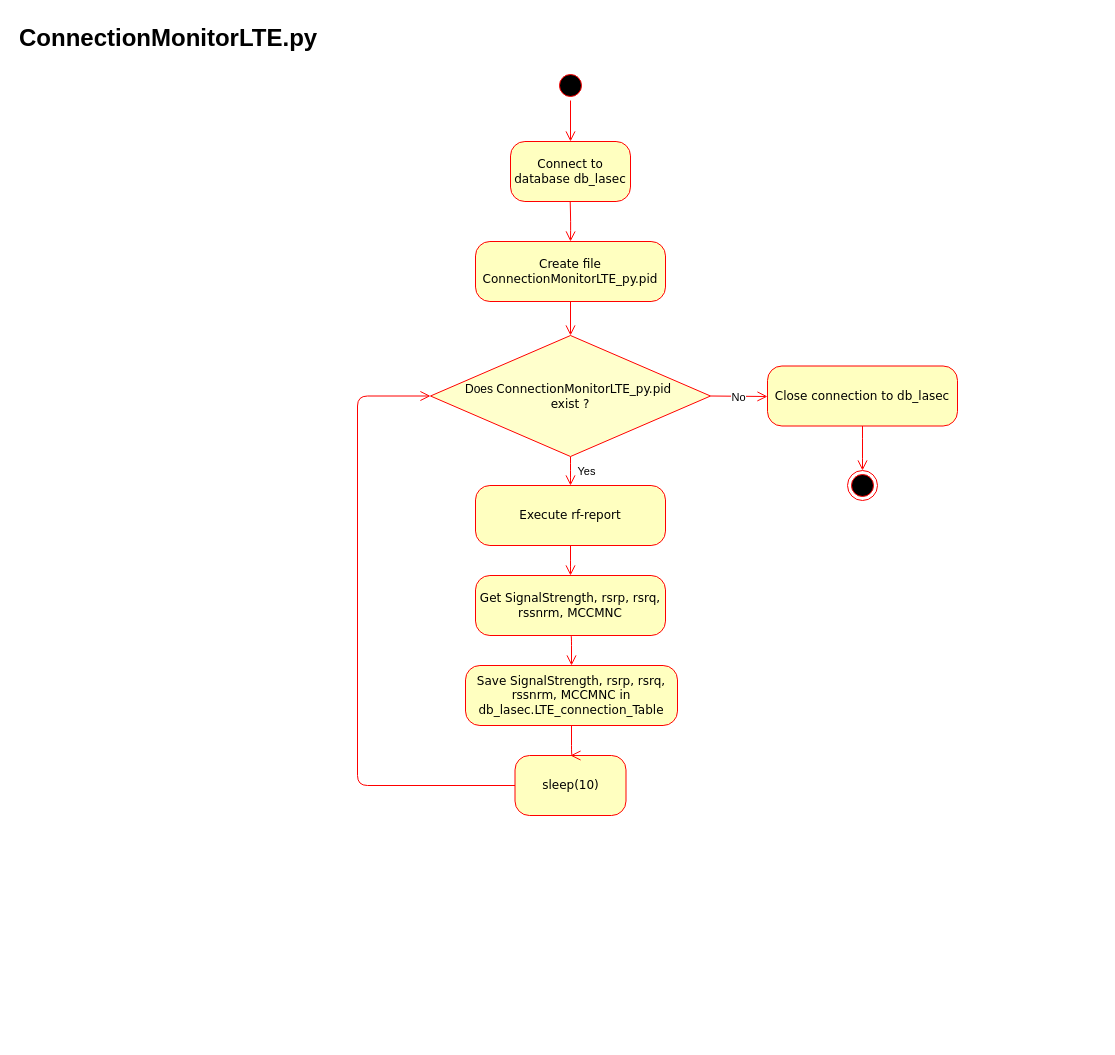
Before: Modules/Connection_Monitor_LTE.drawio in CesarRodriguez14/Tag_Vehiculo_4_0_Diagramas, a draw.io diagram. Source tidied: cells renumbered, new cells numbered last; positions are measured from the earlier drawing's top-left corner, leaving out a move shared by most shapes. Both pictures are drawn from the tidied source at 100%, with x=0, y=0 at pixel (17, 17).
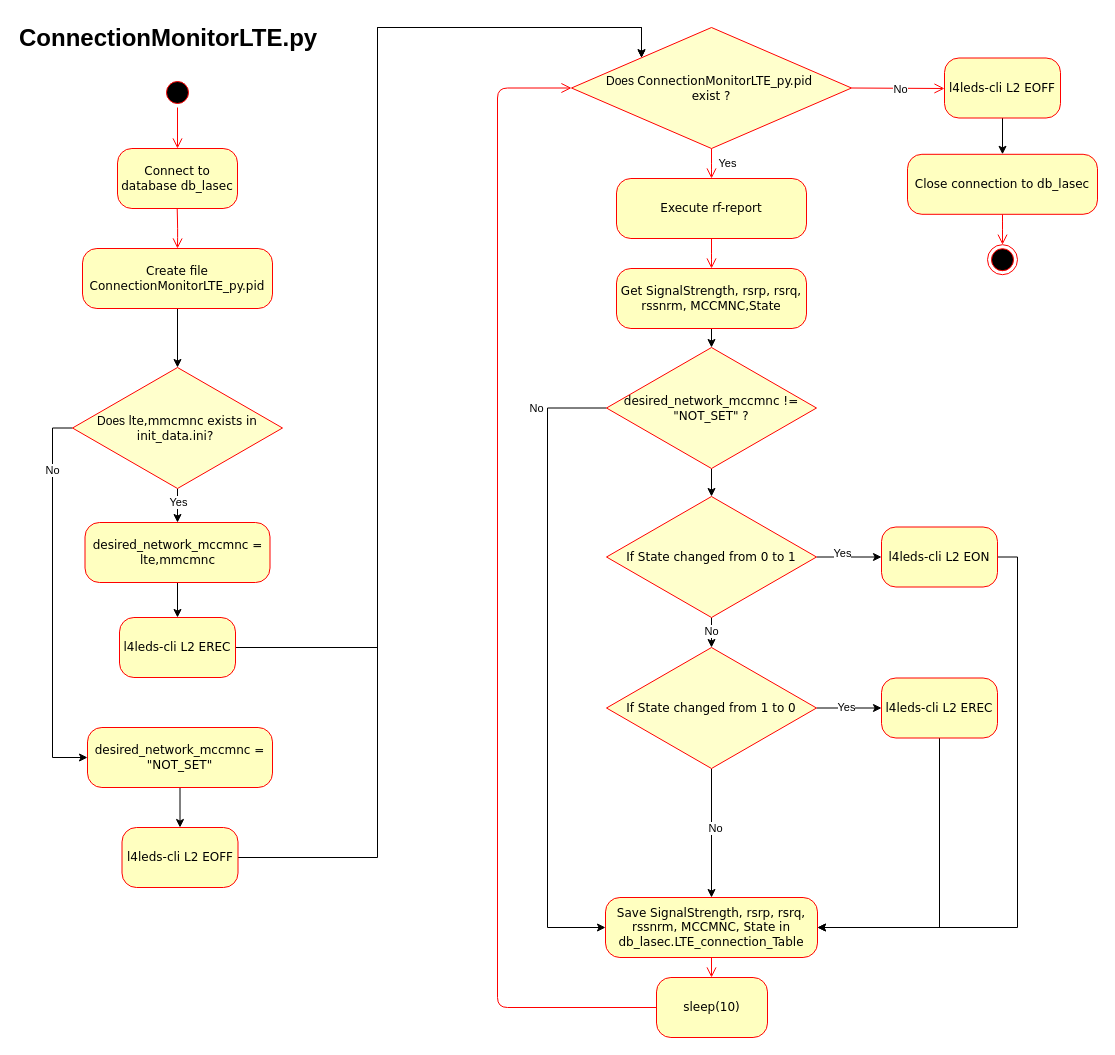
After the change.

What changed in the source:
```diff
@@
     <mxCell id="2" style="ellipse;html=1;shape=startState;fillColor=#000000;strokeColor=#ff0000;rounded=1;shadow=0;comic=0;labelBackgroundColor=none;fontFamily=Verdana;fontSize=12;fontColor=#000000;align=center;direction=south;" parent="1" vertex="1">
-      <mxGeometry x="538" y="53" width="30" height="30" as="geometry" />
+      <mxGeometry x="145" y="60" width="30" height="30" as="geometry" />
     </mxCell>
     <mxCell id="3" value="Connect to database db_lasec" style="rounded=1;whiteSpace=wrap;html=1;arcSize=24;fillColor=#ffffc0;strokeColor=#FF0000;shadow=0;comic=0;labelBackgroundColor=none;fontFamily=Verdana;fontSize=12;fontColor=#000000;align=center;" parent="1" vertex="1">
-      <mxGeometry x="493" y="124" width="120" height="60" as="geometry" />
+      <mxGeometry x="100" y="131" width="120" height="60" as="geometry" />
     </mxCell>
@@
     <mxCell id="5" style="edgeStyle=elbowEdgeStyle;html=1;labelBackgroundColor=none;endArrow=open;endSize=8;strokeColor=#ff0000;fontFamily=Verdana;fontSize=12;align=left;entryX=0;entryY=0.5;exitX=0;exitY=0.5;exitDx=0;exitDy=0;entryDx=0;entryDy=0;" parent="1" edge="1" source="19" target="12">
       <mxGeometry relative="1" as="geometry">
         <Array as="points">
-          <mxPoint x="340" y="453" />
+          <mxPoint x="480" y="315" />
         </Array>
       </mxGeometry>
     </mxCell>
@@
     <mxCell id="8" style="ellipse;html=1;shape=endState;fillColor=#000000;strokeColor=#ff0000;rounded=1;shadow=0;comic=0;labelBackgroundColor=none;fontFamily=Verdana;fontSize=12;fontColor=#000000;align=center;" parent="1" vertex="1">
-      <mxGeometry x="830" y="453" width="30" height="30" as="geometry" />
+      <mxGeometry x="970" y="227.2" width="30" height="30" as="geometry" />
     </mxCell>
@@
+    <mxCell id="25" style="edgeStyle=orthogonalEdgeStyle;rounded=0;jettySize=auto;html=1;exitX=0.5;exitY=1;exitDx=0;exitDy=0;entryX=0.5;entryY=0;entryDx=0;entryDy=0;" parent="1" edge="1" source="10" target="31">
+      <mxGeometry relative="1" as="geometry" />
+    </mxCell>
     <mxCell id="10" value="Create file ConnectionMonitorLTE_py.pid" style="rounded=1;whiteSpace=wrap;html=1;arcSize=24;fillColor=#ffffc0;strokeColor=#ff0000;shadow=0;comic=0;labelBackgroundColor=none;fontFamily=Verdana;fontSize=12;fontColor=#000000;align=center;" parent="1" vertex="1">
-      <mxGeometry x="458" y="224" width="190" height="60" as="geometry" />
+      <mxGeometry x="65" y="231" width="190" height="60" as="geometry" />
     </mxCell>
     <mxCell id="11" style="edgeStyle=orthogonalEdgeStyle;html=1;labelBackgroundColor=none;endArrow=open;endSize=8;strokeColor=#ff0000;fontFamily=Verdana;fontSize=12;align=left;entryX=0.5;entryY=0;entryDx=0;entryDy=0;" parent="1" edge="1" target="10">
       <mxGeometry relative="1" as="geometry">
-        <mxPoint x="552.7" y="184" as="sourcePoint" />
+        <mxPoint x="159.7" y="191" as="sourcePoint" />
       </mxGeometry>
     </mxCell>
     <mxCell id="12" value="Does&amp;nbsp;&lt;span style=&quot;font-family: Verdana;&quot;&gt;ConnectionMonitorLTE_py.pid&amp;nbsp;&lt;/span&gt;&lt;div&gt;&lt;span style=&quot;font-family: Verdana;&quot;&gt;exist ?&lt;/span&gt;&lt;/div&gt;" style="rhombus;whiteSpace=wrap;html=1;fillColor=#FFFFCC;strokeColor=#FF0000;" parent="1" vertex="1">
-      <mxGeometry x="413" y="318" width="280" height="121" as="geometry" />
+      <mxGeometry x="554" y="10" width="280" height="121" as="geometry" />
     </mxCell>
-    <mxCell id="13" style="edgeStyle=orthogonalEdgeStyle;html=1;labelBackgroundColor=none;endArrow=open;endSize=8;strokeColor=#ff0000;fontFamily=Verdana;fontSize=12;align=left;exitX=0.5;exitY=1;exitDx=0;exitDy=0;entryX=0.5;entryY=0;entryDx=0;entryDy=0;" parent="1" edge="1" source="10" target="12">
-      <mxGeometry relative="1" as="geometry" />
-    </mxCell>
     <mxCell id="14" value="Execute rf-report" style="rounded=1;whiteSpace=wrap;html=1;arcSize=24;fillColor=#ffffc0;strokeColor=#ff0000;shadow=0;comic=0;labelBackgroundColor=none;fontFamily=Verdana;fontSize=12;fontColor=#000000;align=center;" parent="1" vertex="1">
-      <mxGeometry x="458" y="468" width="190" height="60" as="geometry" />
+      <mxGeometry x="599" y="161" width="190" height="60" as="geometry" />
     </mxCell>
+    <mxCell id="26" style="edgeStyle=orthogonalEdgeStyle;rounded=0;jettySize=auto;html=1;exitX=0.5;exitY=1;exitDx=0;exitDy=0;entryX=0.5;entryY=0;entryDx=0;entryDy=0;" parent="1" edge="1" source="15" target="41">
+      <mxGeometry relative="1" as="geometry" />
+    </mxCell>
-    <mxCell id="15" value="Get SignalStrength, rsrp, rsrq, rssnrm, MCCMNC" style="rounded=1;whiteSpace=wrap;html=1;arcSize=24;fillColor=#ffffc0;strokeColor=#ff0000;shadow=0;comic=0;labelBackgroundColor=none;fontFamily=Verdana;fontSize=12;fontColor=#000000;align=center;" parent="1" vertex="1">
-      <mxGeometry x="458" y="558" width="190" height="60" as="geometry" />
+    <mxCell id="15" value="Get SignalStrength, rsrp, rsrq, rssnrm, MCCMNC,State" style="rounded=1;whiteSpace=wrap;html=1;arcSize=24;fillColor=#ffffc0;strokeColor=#ff0000;shadow=0;comic=0;labelBackgroundColor=none;fontFamily=Verdana;fontSize=12;fontColor=#000000;align=center;" parent="1" vertex="1">
+      <mxGeometry x="599" y="251" width="190" height="60" as="geometry" />
     </mxCell>
@@
-    <mxCell id="17" value="Save SignalStrength, rsrp, rsrq, rssnrm, MCCMNC in db_lasec.LTE_connection_Table" style="rounded=1;whiteSpace=wrap;html=1;arcSize=24;fillColor=#ffffc0;strokeColor=#ff0000;shadow=0;comic=0;labelBackgroundColor=none;fontFamily=Verdana;fontSize=12;fontColor=#000000;align=center;" parent="1" vertex="1">
-      <mxGeometry x="448" y="648" width="212" height="60" as="geometry" />
+    <mxCell id="17" value="Save SignalStrength, rsrp, rsrq, rssnrm, MCCMNC, State in db_lasec.LTE_connection_Table" style="rounded=1;whiteSpace=wrap;html=1;arcSize=24;fillColor=#ffffc0;strokeColor=#ff0000;shadow=0;comic=0;labelBackgroundColor=none;fontFamily=Verdana;fontSize=12;fontColor=#000000;align=center;" parent="1" vertex="1">
+      <mxGeometry x="588" y="880" width="212" height="60" as="geometry" />
     </mxCell>
-    <mxCell id="18" style="edgeStyle=elbowEdgeStyle;html=1;labelBackgroundColor=none;endArrow=open;endSize=8;strokeColor=#ff0000;fontFamily=Verdana;fontSize=12;align=left;entryX=0.5;entryY=0;entryDx=0;entryDy=0;exitX=0.5;exitY=1;exitDx=0;exitDy=0;" parent="1" edge="1" source="15" target="17">
-      <mxGeometry relative="1" as="geometry" />
-    </mxCell>
     <mxCell id="19" value="sleep(10)" style="rounded=1;whiteSpace=wrap;html=1;arcSize=24;fillColor=#ffffc0;strokeColor=#ff0000;shadow=0;comic=0;labelBackgroundColor=none;fontFamily=Verdana;fontSize=12;fontColor=#000000;align=center;" parent="1" vertex="1">
-      <mxGeometry x="497.5" y="738" width="111" height="60" as="geometry" />
+      <mxGeometry x="639" y="960" width="111" height="60" as="geometry" />
     </mxCell>
@@
     <mxCell id="21" value="Close connection to db_lasec" style="rounded=1;whiteSpace=wrap;html=1;arcSize=24;fillColor=#ffffc0;strokeColor=#ff0000;shadow=0;comic=0;labelBackgroundColor=none;fontFamily=Verdana;fontSize=12;fontColor=#000000;align=center;" parent="1" vertex="1">
-      <mxGeometry x="750" y="348.5" width="190" height="60" as="geometry" />
+      <mxGeometry x="890" y="136.8" width="190" height="60" as="geometry" />
     </mxCell>
-    <mxCell id="22" style="edgeStyle=elbowEdgeStyle;html=1;labelBackgroundColor=none;endArrow=open;endSize=8;strokeColor=#ff0000;fontFamily=Verdana;fontSize=12;align=left;entryX=0;entryY=0.5;entryDx=0;entryDy=0;exitX=1;exitY=0.5;exitDx=0;exitDy=0;elbow=vertical;" parent="1" edge="1" source="12" target="21">
+    <mxCell id="22" style="edgeStyle=elbowEdgeStyle;html=1;labelBackgroundColor=none;endArrow=open;endSize=8;strokeColor=#ff0000;fontFamily=Verdana;fontSize=12;align=left;entryX=0;entryY=0.5;entryDx=0;entryDy=0;exitX=1;exitY=0.5;exitDx=0;exitDy=0;elbow=vertical;" parent="1" edge="1" source="12" target="59">
       <mxGeometry relative="1" as="geometry" />
     </mxCell>
@@
+    <mxCell id="27" style="edgeStyle=orthogonalEdgeStyle;rounded=0;jettySize=auto;html=1;exitX=0.5;exitY=1;exitDx=0;exitDy=0;" parent="1" edge="1" source="31" target="34">
+      <mxGeometry relative="1" as="geometry" />
+    </mxCell>
+    <mxCell id="28" value="Yes" style="edgeLabel;html=1;align=center;verticalAlign=middle;" parent="27" vertex="1">
+      <mxGeometry x="-0.45" y="-1" relative="1" as="geometry">
+        <mxPoint x="1" as="offset" />
+      </mxGeometry>
+    </mxCell>
+    <mxCell id="29" style="edgeStyle=orthogonalEdgeStyle;rounded=0;jettySize=auto;html=1;exitX=0;exitY=0.5;exitDx=0;exitDy=0;entryX=0;entryY=0.5;entryDx=0;entryDy=0;" parent="1" edge="1" source="31" target="37">
+      <mxGeometry relative="1" as="geometry" />
+    </mxCell>
+    <mxCell id="30" value="No" style="edgeLabel;html=1;align=center;verticalAlign=middle;" parent="29" vertex="1">
+      <mxGeometry x="-0.68" y="-1" relative="1" as="geometry" />
+    </mxCell>
+    <mxCell id="31" value="Does &lt;font face=&quot;Verdana&quot;&gt;lte,mmcmnc exists in init_data.ini?&amp;nbsp;&lt;/font&gt;" style="rhombus;whiteSpace=wrap;html=1;fillColor=#FFFFCC;strokeColor=#FF0000;" parent="1" vertex="1">
+      <mxGeometry x="55" y="350" width="210" height="121" as="geometry" />
+    </mxCell>
+    <mxCell id="32" style="edgeStyle=orthogonalEdgeStyle;rounded=0;jettySize=auto;html=1;exitX=1;exitY=0.5;exitDx=0;exitDy=0;entryX=0;entryY=0;entryDx=0;entryDy=0;" parent="1" edge="1" source="56" target="12">
+      <mxGeometry relative="1" as="geometry">
+        <Array as="points">
+          <mxPoint x="360" y="630" />
+          <mxPoint x="360" y="10" />
+          <mxPoint x="624" y="10" />
+        </Array>
+      </mxGeometry>
+    </mxCell>
+    <mxCell id="33" style="edgeStyle=orthogonalEdgeStyle;rounded=0;jettySize=auto;html=1;exitX=0.5;exitY=1;exitDx=0;exitDy=0;entryX=0.5;entryY=0;entryDx=0;entryDy=0;" parent="1" edge="1" source="34" target="56">
+      <mxGeometry relative="1" as="geometry" />
+    </mxCell>
+    <mxCell id="34" value="desired_network_mccmnc = lte,mmcmnc" style="rounded=1;whiteSpace=wrap;html=1;arcSize=24;fillColor=#ffffc0;strokeColor=#ff0000;shadow=0;comic=0;labelBackgroundColor=none;fontFamily=Verdana;fontSize=12;fontColor=#000000;align=center;" parent="1" vertex="1">
+      <mxGeometry x="67.5" y="505" width="185" height="60" as="geometry" />
+    </mxCell>
+    <mxCell id="35" style="edgeStyle=orthogonalEdgeStyle;rounded=0;jettySize=auto;html=1;exitX=1;exitY=0.5;exitDx=0;exitDy=0;entryX=0;entryY=0;entryDx=0;entryDy=0;" parent="1" edge="1" source="57" target="12">
+      <mxGeometry relative="1" as="geometry">
+        <Array as="points">
+          <mxPoint x="360" y="840" />
+          <mxPoint x="360" y="10" />
+          <mxPoint x="624" y="10" />
+        </Array>
+      </mxGeometry>
+    </mxCell>
+    <mxCell id="36" style="edgeStyle=orthogonalEdgeStyle;rounded=0;jettySize=auto;html=1;exitX=0.5;exitY=1;exitDx=0;exitDy=0;" parent="1" edge="1" source="37" target="57">
+      <mxGeometry relative="1" as="geometry" />
+    </mxCell>
+    <mxCell id="37" value="desired_network_mccmnc = &quot;NOT_SET&quot;" style="rounded=1;whiteSpace=wrap;html=1;arcSize=24;fillColor=#ffffc0;strokeColor=#ff0000;shadow=0;comic=0;labelBackgroundColor=none;fontFamily=Verdana;fontSize=12;fontColor=#000000;align=center;" parent="1" vertex="1">
+      <mxGeometry x="70" y="710" width="185" height="60" as="geometry" />
+    </mxCell>
+    <mxCell id="38" style="edgeStyle=orthogonalEdgeStyle;rounded=0;jettySize=auto;html=1;exitX=0;exitY=0.5;exitDx=0;exitDy=0;entryX=0;entryY=0.5;entryDx=0;entryDy=0;" parent="1" edge="1" source="41" target="17">
+      <mxGeometry relative="1" as="geometry">
+        <Array as="points">
+          <mxPoint x="530" y="391" />
+          <mxPoint x="530" y="910" />
+        </Array>
+      </mxGeometry>
+    </mxCell>
+    <mxCell id="39" value="No" style="edgeLabel;html=1;align=center;verticalAlign=middle;" parent="38" vertex="1">
+      <mxGeometry x="-0.82" y="-2" relative="1" as="geometry">
+        <mxPoint x="-14" y="2" as="offset" />
+      </mxGeometry>
+    </mxCell>
+    <mxCell id="40" style="edgeStyle=orthogonalEdgeStyle;rounded=0;jettySize=auto;html=1;exitX=0.5;exitY=1;exitDx=0;exitDy=0;entryX=0.5;entryY=0;entryDx=0;entryDy=0;" parent="1" edge="1" source="41" target="46">
+      <mxGeometry relative="1" as="geometry" />
+    </mxCell>
+    <mxCell id="41" value="&lt;span style=&quot;font-family: Verdana;&quot;&gt;desired_network_mccmnc != &quot;NOT_SET&quot; ?&lt;/span&gt;" style="rhombus;whiteSpace=wrap;html=1;fillColor=#FFFFCC;strokeColor=#FF0000;" parent="1" vertex="1">
+      <mxGeometry x="589" y="330" width="210" height="121" as="geometry" />
+    </mxCell>
+    <mxCell id="42" style="edgeStyle=orthogonalEdgeStyle;rounded=0;jettySize=auto;html=1;exitX=1;exitY=0.5;exitDx=0;exitDy=0;entryX=0;entryY=0.5;entryDx=0;entryDy=0;" parent="1" edge="1" source="46" target="48">
+      <mxGeometry relative="1" as="geometry" />
+    </mxCell>
+    <mxCell id="43" value="Yes" style="edgeLabel;html=1;align=center;verticalAlign=middle;" parent="42" vertex="1">
+      <mxGeometry x="-0.24" y="-3" relative="1" as="geometry">
+        <mxPoint y="-7" as="offset" />
+      </mxGeometry>
+    </mxCell>
+    <mxCell id="44" style="edgeStyle=orthogonalEdgeStyle;rounded=0;jettySize=auto;html=1;exitX=0.5;exitY=1;exitDx=0;exitDy=0;" parent="1" edge="1" source="46" target="53">
+      <mxGeometry relative="1" as="geometry" />
+    </mxCell>
+    <mxCell id="45" value="No" style="edgeLabel;html=1;align=center;verticalAlign=middle;" parent="44" vertex="1">
+      <mxGeometry x="-0.5" y="-1" relative="1" as="geometry" />
+    </mxCell>
+    <mxCell id="46" value="&lt;span style=&quot;font-family: Verdana;&quot;&gt;If State changed from 0 to 1&lt;/span&gt;" style="rhombus;whiteSpace=wrap;html=1;fillColor=#FFFFCC;strokeColor=#FF0000;" parent="1" vertex="1">
+      <mxGeometry x="589" y="479" width="210" height="121" as="geometry" />
+    </mxCell>
+    <mxCell id="47" style="edgeStyle=orthogonalEdgeStyle;rounded=0;jettySize=auto;html=1;exitX=1;exitY=0.5;exitDx=0;exitDy=0;entryX=1;entryY=0.5;entryDx=0;entryDy=0;" parent="1" edge="1" source="48" target="17">
+      <mxGeometry relative="1" as="geometry" />
+    </mxCell>
+    <mxCell id="48" value="l4leds-cli L2 EON" style="rounded=1;whiteSpace=wrap;html=1;arcSize=24;fillColor=#ffffc0;strokeColor=#ff0000;shadow=0;comic=0;labelBackgroundColor=none;fontFamily=Verdana;fontSize=12;fontColor=#000000;align=center;" parent="1" vertex="1">
+      <mxGeometry x="864" y="509.5" width="116" height="60" as="geometry" />
+    </mxCell>
+    <mxCell id="49" style="edgeStyle=orthogonalEdgeStyle;rounded=0;jettySize=auto;html=1;exitX=1;exitY=0.5;exitDx=0;exitDy=0;entryX=0;entryY=0.5;entryDx=0;entryDy=0;" parent="1" edge="1" source="53" target="55">
+      <mxGeometry relative="1" as="geometry" />
+    </mxCell>
+    <mxCell id="50" value="Yes" style="edgeLabel;html=1;align=center;verticalAlign=middle;" parent="49" vertex="1">
+      <mxGeometry x="-0.1" y="1" relative="1" as="geometry" />
+    </mxCell>
+    <mxCell id="51" style="edgeStyle=orthogonalEdgeStyle;rounded=0;jettySize=auto;html=1;exitX=0.5;exitY=1;exitDx=0;exitDy=0;entryX=0.5;entryY=0;entryDx=0;entryDy=0;" parent="1" edge="1" source="53" target="17">
+      <mxGeometry relative="1" as="geometry" />
+    </mxCell>
+    <mxCell id="52" value="No" style="edgeLabel;html=1;align=center;verticalAlign=middle;" parent="51" vertex="1">
+      <mxGeometry x="-0.09" y="3" relative="1" as="geometry" />
+    </mxCell>
+    <mxCell id="53" value="&lt;span style=&quot;font-family: Verdana;&quot;&gt;If State changed from 1 to 0&lt;/span&gt;" style="rhombus;whiteSpace=wrap;html=1;fillColor=#FFFFCC;strokeColor=#FF0000;" parent="1" vertex="1">
+      <mxGeometry x="589" y="630" width="210" height="121" as="geometry" />
+    </mxCell>
+    <mxCell id="54" style="edgeStyle=orthogonalEdgeStyle;rounded=0;jettySize=auto;html=1;exitX=0.5;exitY=1;exitDx=0;exitDy=0;" parent="1" edge="1" source="55">
+      <mxGeometry relative="1" as="geometry">
+        <mxPoint x="800" y="910" as="targetPoint" />
+        <Array as="points">
+          <mxPoint x="922" y="910" />
+        </Array>
+      </mxGeometry>
+    </mxCell>
+    <mxCell id="55" value="l4leds-cli L2 EREC" style="rounded=1;whiteSpace=wrap;html=1;arcSize=24;fillColor=#ffffc0;strokeColor=#ff0000;shadow=0;comic=0;labelBackgroundColor=none;fontFamily=Verdana;fontSize=12;fontColor=#000000;align=center;" parent="1" vertex="1">
+      <mxGeometry x="864" y="660.5" width="116" height="60" as="geometry" />
+    </mxCell>
+    <mxCell id="56" value="l4leds-cli L2 EREC" style="rounded=1;whiteSpace=wrap;html=1;arcSize=24;fillColor=#ffffc0;strokeColor=#ff0000;shadow=0;comic=0;labelBackgroundColor=none;fontFamily=Verdana;fontSize=12;fontColor=#000000;align=center;" parent="1" vertex="1">
+      <mxGeometry x="102" y="600" width="116" height="60" as="geometry" />
+    </mxCell>
+    <mxCell id="57" value="l4leds-cli L2 EOFF" style="rounded=1;whiteSpace=wrap;html=1;arcSize=24;fillColor=#ffffc0;strokeColor=#ff0000;shadow=0;comic=0;labelBackgroundColor=none;fontFamily=Verdana;fontSize=12;fontColor=#000000;align=center;" parent="1" vertex="1">
+      <mxGeometry x="104.5" y="810" width="116" height="60" as="geometry" />
+    </mxCell>
+    <mxCell id="58" style="edgeStyle=orthogonalEdgeStyle;rounded=0;jettySize=auto;html=1;exitX=0.5;exitY=1;exitDx=0;exitDy=0;" parent="1" edge="1" source="59" target="21">
+      <mxGeometry relative="1" as="geometry" />
+    </mxCell>
+    <mxCell id="59" value="l4leds-cli L2 EOFF" style="rounded=1;whiteSpace=wrap;html=1;arcSize=24;fillColor=#ffffc0;strokeColor=#ff0000;shadow=0;comic=0;labelBackgroundColor=none;fontFamily=Verdana;fontSize=12;fontColor=#000000;align=center;" parent="1" vertex="1">
+      <mxGeometry x="927" y="40.5" width="116" height="60" as="geometry" />
+    </mxCell>
```
